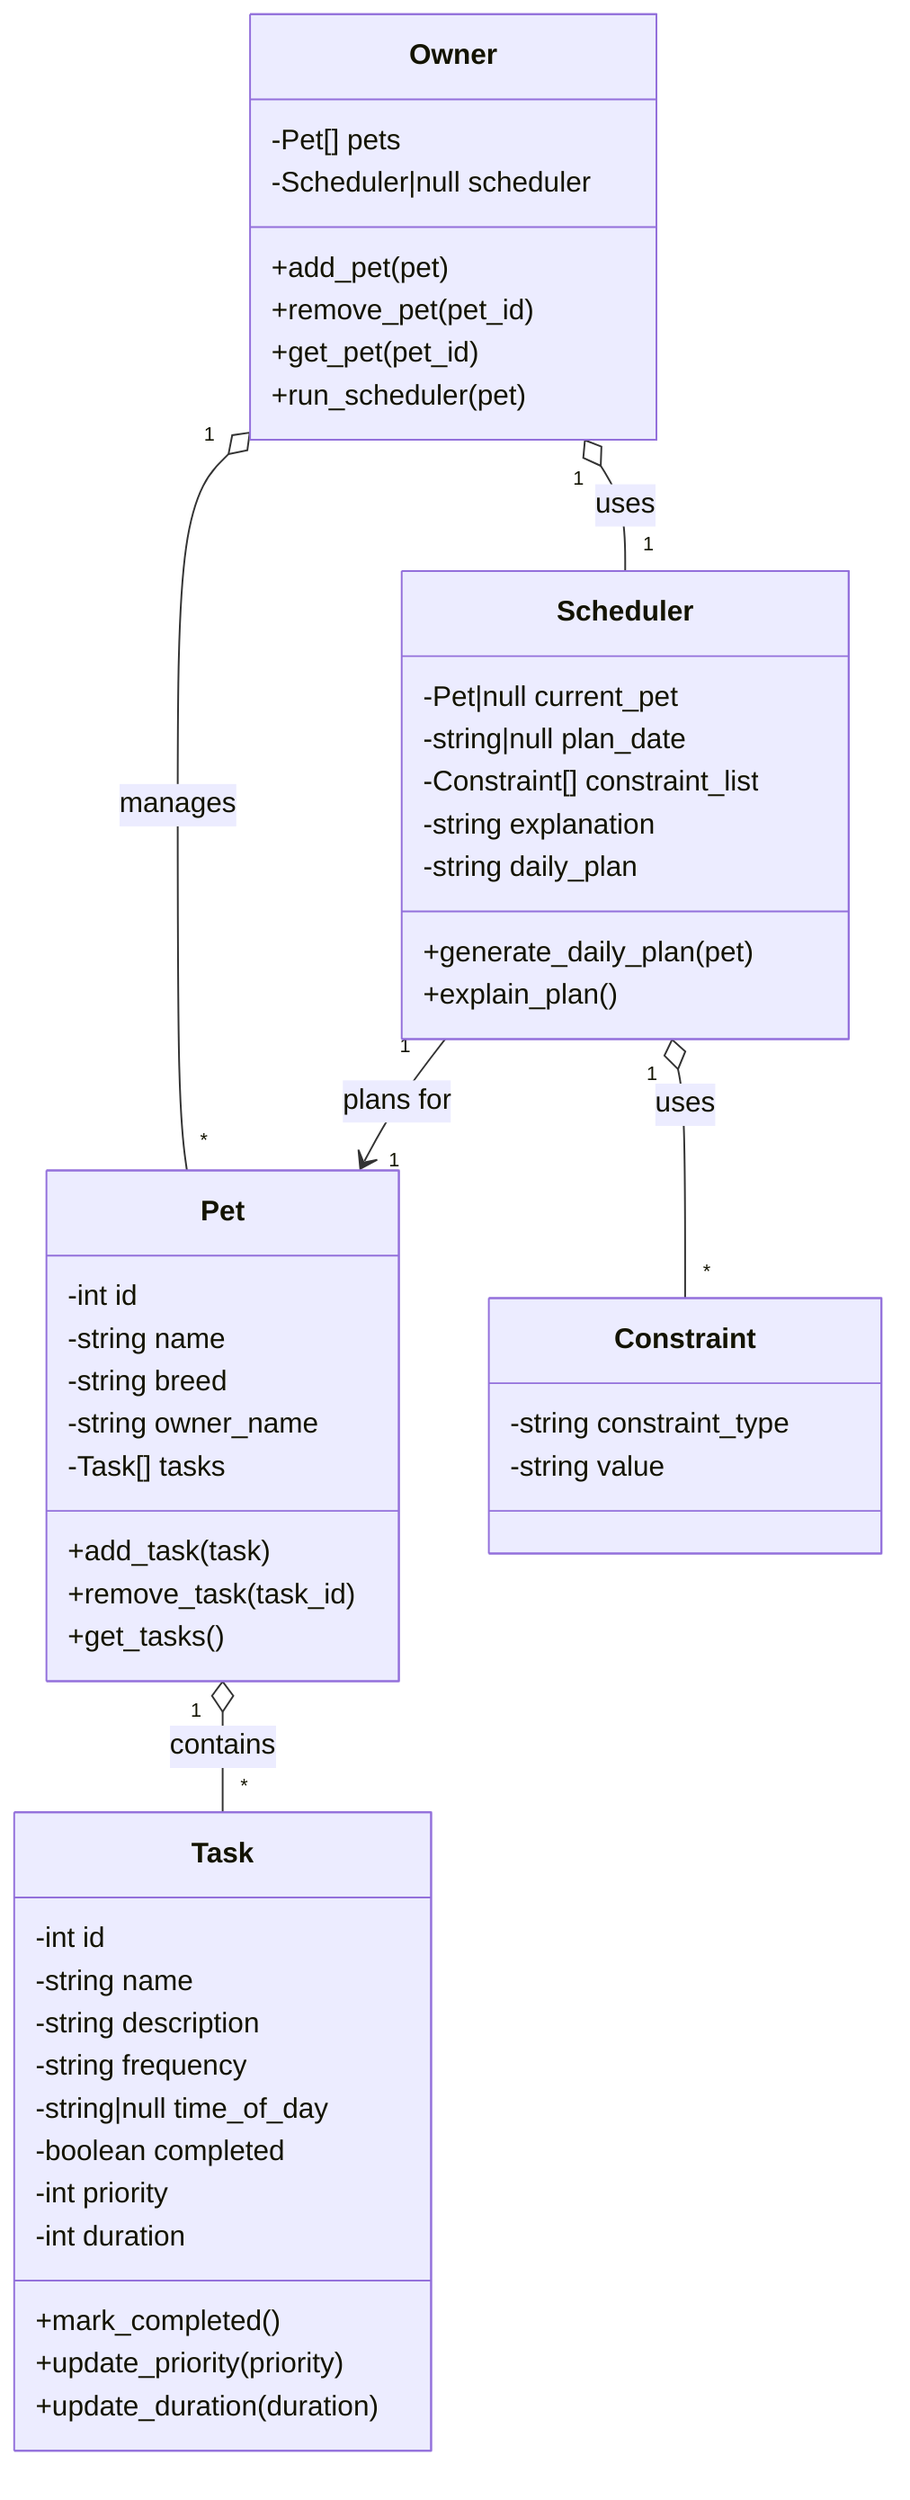
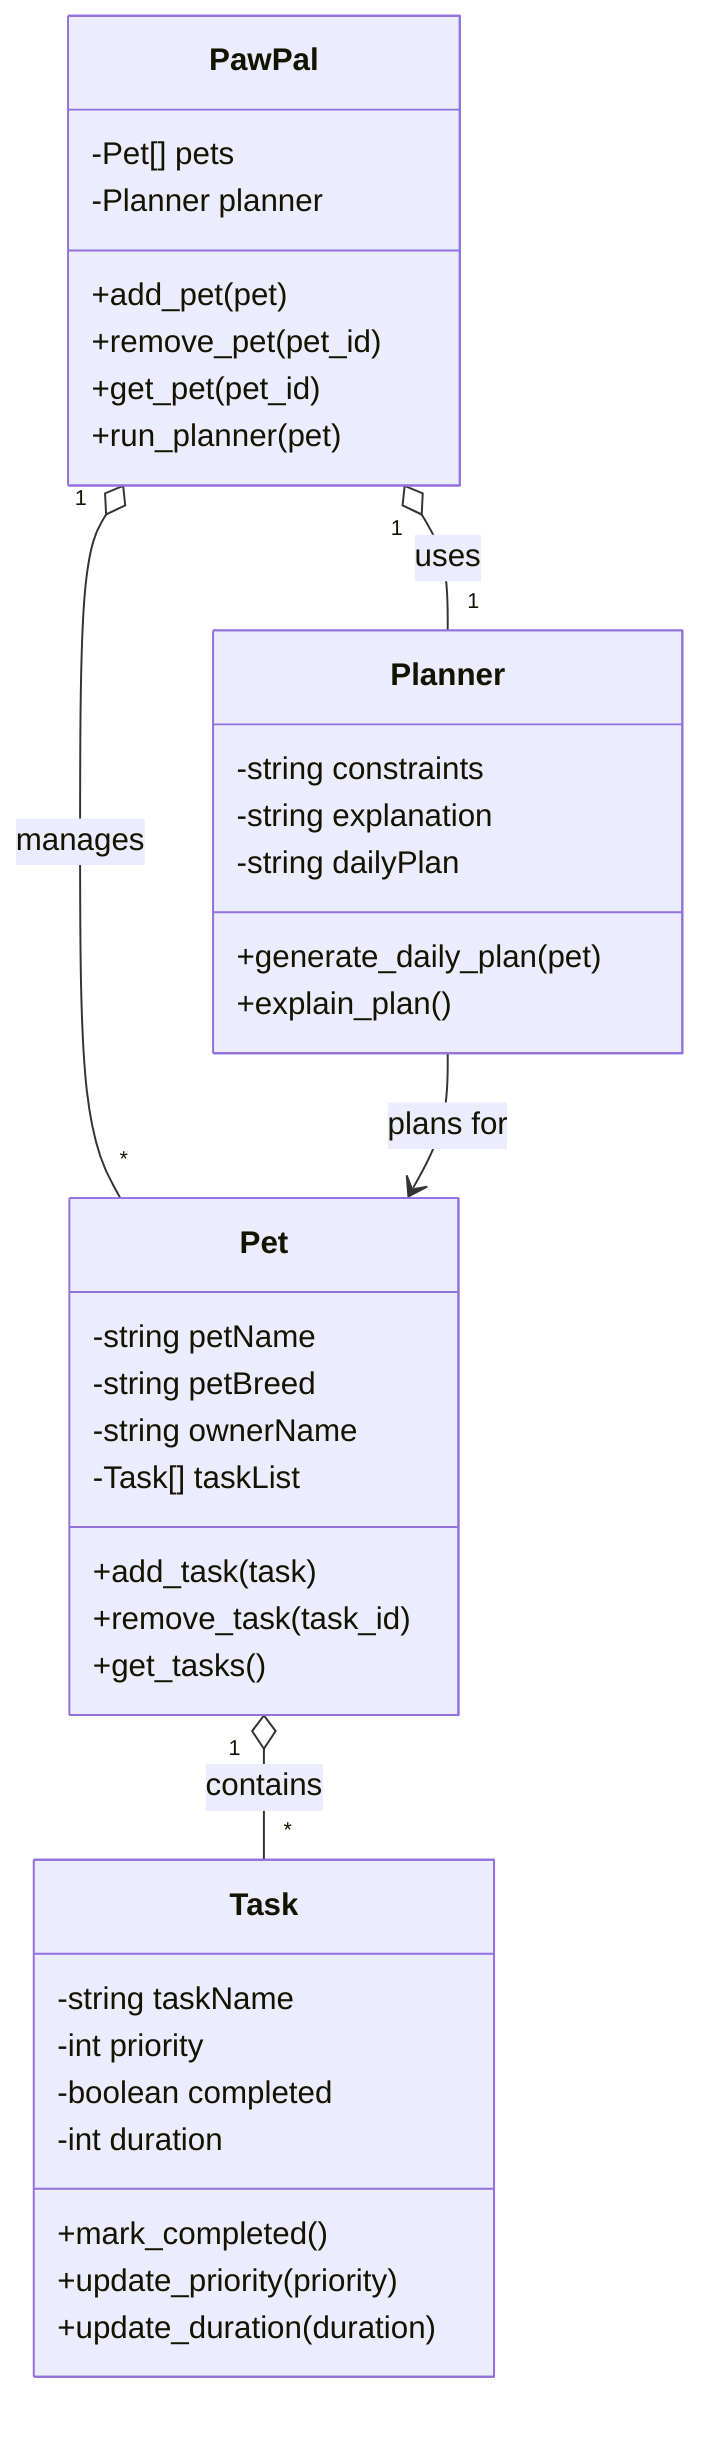
classDiagram
+     class Pet {
+         -string petName
+         -string petBreed
+         -string ownerName
+         -Task[] taskList
+         +add_task(task)
+         +remove_task(task_id)
+         +get_tasks()
+     }
+ 
    class Task {
-         -int id
-         -string name
-         -string description
-         -string frequency
-         -string|null time_of_day
+         -string taskName
+         -int priority
        -boolean completed
-         -int priority
        -int duration
        +mark_completed()
        +update_priority(priority)
        +update_duration(duration)
    }

-     class Pet {
-         -int id
-         -string name
-         -string breed
-         -string owner_name
-         -Task[] tasks
-         +add_task(task)
-         +remove_task(task_id)
-         +get_tasks()
-     }
- 
-     class Constraint {
-         -string constraint_type
-         -string value
-     }
- 
-     class Scheduler {
-         -Pet|null current_pet
-         -string|null plan_date
-         -Constraint[] constraint_list
+     class Planner {
+         -string constraints
        -string explanation
-         -string daily_plan
+         -string dailyPlan
        +generate_daily_plan(pet)
        +explain_plan()
    }

-     class Owner {
+     class PawPal {
        -Pet[] pets
-         -Scheduler|null scheduler
+         -Planner planner
        +add_pet(pet)
        +remove_pet(pet_id)
        +get_pet(pet_id)
-         +run_scheduler(pet)
+         +run_planner(pet)
    }

    Pet "1" o-- "*" Task : contains
-     Scheduler "1" o-- "*" Constraint : uses
-     Scheduler "1" --> "1" Pet : plans for
-     Owner "1" o-- "*" Pet : manages
-     Owner "1" o-- "1" Scheduler : uses+     PawPal "1" o-- "*" Pet : manages
+     PawPal "1" o-- "1" Planner : uses
+     Planner --> Pet : plans for
